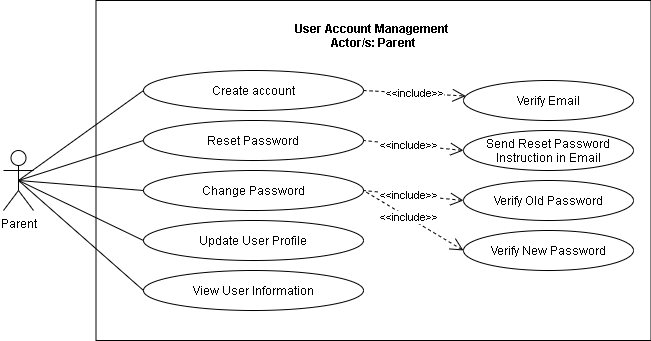
This is REVISIONS/UML-DIAGRAMS/6-28-2021/USE CASE/3-User Management System.png from mrklglsn/CAPSTONE-FILES, a draw.io export, as it was before one commit. Source tidied: cells renumbered, new cells last; positions are measured from the earlier drawing's top-left corner, leaving out a move shared by most shapes.
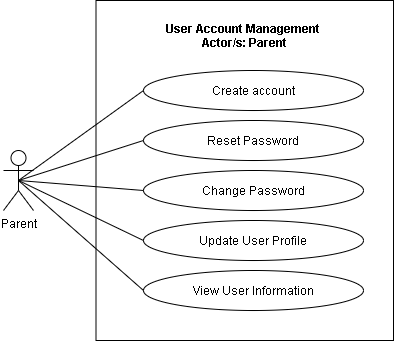
Later version of the same file.

Change to the diagram source:
```diff
@@ -3,7 +3,7 @@
     <mxCell id="0" />
     <mxCell id="1" parent="0" />
     <mxCell id="2" style="html=1;fillColor=none;" parent="1" vertex="1">
-      <mxGeometry x="92.5" width="555" height="340" as="geometry" />
+      <mxGeometry x="92.5" width="297.5" height="340" as="geometry" />
     </mxCell>
     <mxCell id="3" style="edgeStyle=none;rounded=0;jumpStyle=arc;jumpSize=14;jettySize=auto;html=1;exitX=0.5;exitY=0.5;exitDx=0;exitDy=0;exitPerimeter=0;entryX=0;entryY=0.5;entryDx=0;entryDy=0;startArrow=none;startFill=0;endArrow=none;endFill=0;startSize=11;endSize=11;" parent="1" edge="1" source="7" target="9">
       <mxGeometry relative="1" as="geometry" />
@@ -21,60 +21,25 @@
       <mxGeometry y="150" width="30" height="60" as="geometry" />
     </mxCell>
     <mxCell id="8" value="User Account Management &#10;Actor/s: Parent" style="text;align=center;fontStyle=1;verticalAlign=middle;spacingLeft=3;spacingRight=3;strokeColor=none;fillColor=none;" parent="1" vertex="1">
-      <mxGeometry x="210" y="20" width="320" height="30" as="geometry" />
+      <mxGeometry x="81.2" y="20" width="320" height="30" as="geometry" />
     </mxCell>
     <mxCell id="9" value="Reset Password" style="ellipse;whiteSpace=wrap;html=1;fillColor=none;" parent="1" vertex="1">
       <mxGeometry x="140" y="120" width="220" height="40" as="geometry" />
     </mxCell>
-    <mxCell id="10" value="Send Reset Password Instruction in Email" style="ellipse;whiteSpace=wrap;html=1;fillColor=none;" parent="1" vertex="1">
-      <mxGeometry x="460" y="130" width="170" height="40" as="geometry" />
-    </mxCell>
-    <mxCell id="11" style="edgeStyle=none;rounded=0;jumpStyle=arc;jumpSize=14;jettySize=auto;html=1;exitX=0;exitY=0.5;exitDx=0;exitDy=0;dashed=1;startArrow=open;startFill=0;endArrow=none;endFill=0;startSize=11;endSize=11;entryX=1;entryY=0.5;entryDx=0;entryDy=0;" parent="1" edge="1" source="10" target="9">
-      <mxGeometry relative="1" as="geometry" />
-    </mxCell>
-    <mxCell id="12" value="&amp;lt;&amp;lt;include&amp;gt;&amp;gt;" style="edgeLabel;html=1;align=center;verticalAlign=middle;" parent="11" vertex="1">
-      <mxGeometry x="0.11" relative="1" as="geometry" />
-    </mxCell>
     <mxCell id="13" style="rounded=0;jettySize=auto;html=1;exitX=0.5;exitY=0.5;exitDx=0;exitDy=0;exitPerimeter=0;entryX=0;entryY=0.5;entryDx=0;entryDy=0;endArrow=none;endFill=0;jumpStyle=arc;jumpSize=11;" parent="1" edge="1" source="7" target="15">
       <mxGeometry relative="1" as="geometry" />
     </mxCell>
-    <mxCell id="14" value="&amp;lt;&amp;lt;include&amp;gt;&amp;gt;" style="edgeStyle=none;rounded=0;jumpStyle=arc;jumpSize=11;jettySize=auto;html=1;exitX=1;exitY=0.5;exitDx=0;exitDy=0;endArrow=open;endFill=0;dashed=1;endSize=11;" parent="1" edge="1" source="15" target="16">
-      <mxGeometry relative="1" as="geometry" />
-    </mxCell>
     <mxCell id="15" value="Create account" style="ellipse;whiteSpace=wrap;html=1;fillColor=none;" parent="1" vertex="1">
       <mxGeometry x="140" y="70" width="220" height="40" as="geometry" />
     </mxCell>
-    <mxCell id="16" value="Verify Email" style="ellipse;whiteSpace=wrap;html=1;fillColor=none;" parent="1" vertex="1">
-      <mxGeometry x="460" y="80" width="170" height="40" as="geometry" />
-    </mxCell>
     <mxCell id="17" value="Change Password" style="ellipse;whiteSpace=wrap;html=1;fillColor=none;" parent="1" vertex="1">
       <mxGeometry x="140" y="170" width="220" height="40" as="geometry" />
     </mxCell>
-    <mxCell id="18" value="Verify Old Password" style="ellipse;whiteSpace=wrap;html=1;fillColor=none;" parent="1" vertex="1">
-      <mxGeometry x="460" y="180" width="170" height="40" as="geometry" />
-    </mxCell>
-    <mxCell id="19" style="edgeStyle=none;rounded=0;jumpStyle=arc;jumpSize=14;jettySize=auto;html=1;dashed=1;startArrow=open;startFill=0;endArrow=none;endFill=0;startSize=11;endSize=11;entryX=1;entryY=0.5;entryDx=0;entryDy=0;" parent="1" edge="1" target="17">
-      <mxGeometry relative="1" as="geometry">
-        <mxPoint x="460" y="200" as="sourcePoint" />
-      </mxGeometry>
-    </mxCell>
-    <mxCell id="20" value="&amp;lt;&amp;lt;include&amp;gt;&amp;gt;" style="edgeLabel;html=1;align=center;verticalAlign=middle;" parent="19" vertex="1">
-      <mxGeometry x="0.11" relative="1" as="geometry" />
-    </mxCell>
     <mxCell id="21" value="Update User Profile" style="ellipse;whiteSpace=wrap;html=1;fillColor=none;" parent="1" vertex="1">
       <mxGeometry x="140" y="220" width="220" height="40" as="geometry" />
     </mxCell>
     <mxCell id="22" value="View User Information" style="ellipse;whiteSpace=wrap;html=1;fillColor=none;" parent="1" vertex="1">
       <mxGeometry x="140" y="270" width="220" height="40" as="geometry" />
     </mxCell>
-    <mxCell id="23" value="Verify New Password" style="ellipse;whiteSpace=wrap;html=1;fillColor=none;" parent="1" vertex="1">
-      <mxGeometry x="460" y="230" width="170" height="40" as="geometry" />
-    </mxCell>
-    <mxCell id="24" style="edgeStyle=none;rounded=0;jumpStyle=arc;jumpSize=14;jettySize=auto;html=1;dashed=1;startArrow=open;startFill=0;endArrow=none;endFill=0;startSize=11;endSize=11;entryX=1;entryY=0.5;entryDx=0;entryDy=0;exitX=0;exitY=0.5;exitDx=0;exitDy=0;" parent="1" edge="1" source="23" target="17">
-      <mxGeometry relative="1" as="geometry" />
-    </mxCell>
-    <mxCell id="25" value="&amp;lt;&amp;lt;include&amp;gt;&amp;gt;" style="edgeLabel;html=1;align=center;verticalAlign=middle;" parent="24" vertex="1">
-      <mxGeometry x="0.11" relative="1" as="geometry" />
-    </mxCell>
   </root>
 </mxGraphModel>
```
